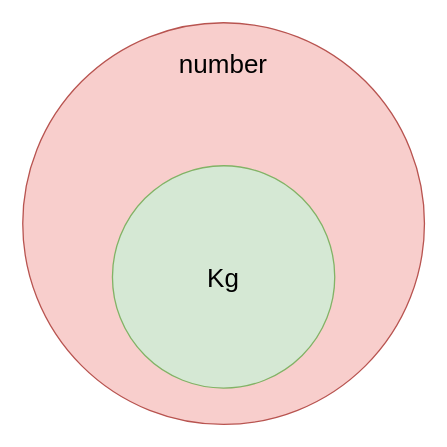
Earlier version of the draw.io diagram page "Branded" (1 of 6) of type-safer-react-redux/assets/Type-safer.drawio (jiayihu/talks). Source tidied: cells renumbered, new cells numbered last; positions are measured from the earlier drawing's top-left corner, leaving out a move shared by most shapes. Both pictures are drawn from the tidied source at 130%, with x=0, y=0 at pixel (22, 22).
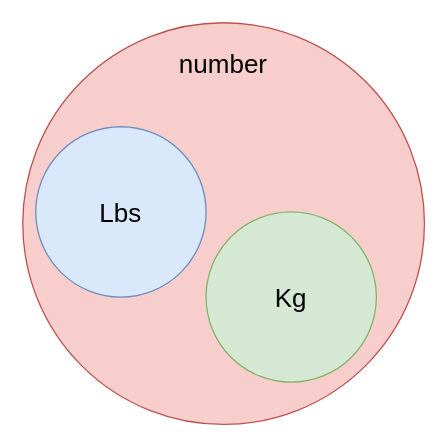
The same page after the edit.

Change to the diagram source:
```diff
@@
 <mxGraphModel background="#ffffff">
   <root>
     <mxCell id="0" />
     <mxCell id="1" parent="0" />
     <mxCell id="2" value="&lt;div style=&quot;text-align: center; font-size: 20px;&quot;&gt;number&lt;/div&gt;" style="ellipse;whiteSpace=wrap;html=1;rounded=1;shadow=0;glass=0;labelBackgroundColor=none;strokeColor=#b85450;strokeWidth=1;fillColor=#f8cecc;fontFamily=Helvetica;fontSize=20;align=center;verticalAlign=top;spacingBottom=15;spacing=15;" parent="1" vertex="1">
       <mxGeometry width="309" height="309" as="geometry" />
     </mxCell>
     <mxCell id="3" value="Kg" style="ellipse;whiteSpace=wrap;html=1;rounded=1;shadow=0;glass=0;labelBackgroundColor=none;strokeColor=#82b366;strokeWidth=1;fillColor=#d5e8d4;fontFamily=Helvetica;fontSize=20;align=center;spacing=15;verticalAlign=middle;" parent="1" vertex="1">
-      <mxGeometry x="69" y="110" width="171" height="171" as="geometry" />
+      <mxGeometry x="141" y="145.5" width="131" height="131" as="geometry" />
     </mxCell>
+    <mxCell id="4" value="Lbs" style="ellipse;whiteSpace=wrap;html=1;rounded=1;shadow=0;glass=0;labelBackgroundColor=none;strokeColor=#6c8ebf;strokeWidth=1;fillColor=#dae8fc;fontFamily=Helvetica;fontSize=20;align=center;spacing=15;verticalAlign=middle;" parent="1" vertex="1">
+      <mxGeometry x="10" y="80" width="131" height="131" as="geometry" />
+    </mxCell>
   </root>
 </mxGraphModel>
```
